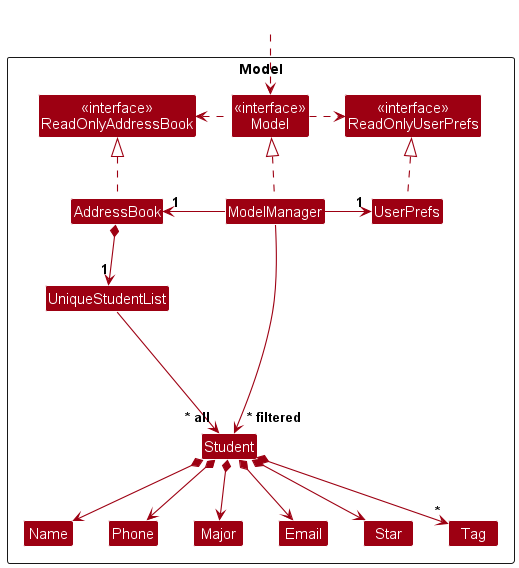
This is docs/images/ModelClassDiagram.png from c-wenlong/tp, a PlantUML export, as it was before one commit.
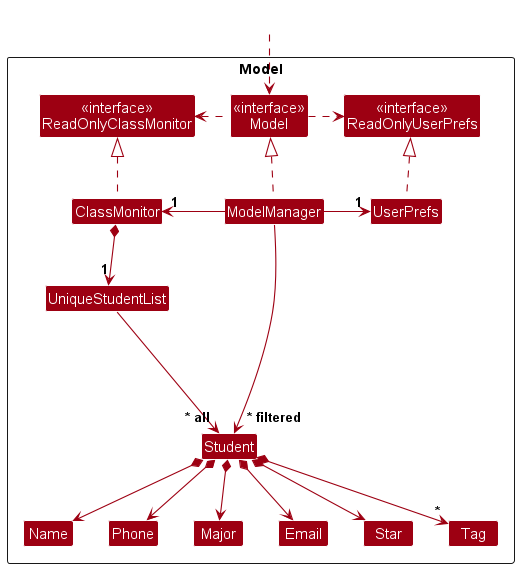
The same file after the commit.

The edit, as a diff of the source:
```diff
@@ -5,10 +5,10 @@
 skinparam classBackgroundColor MODEL_COLOR
 
 Package Model as ModelPackage <<Rectangle>>{
-Class "<<interface>>\nReadOnlyAddressBook" as ReadOnlyAddressBook
+Class "<<interface>>\nReadOnlyClassMonitor" as ReadOnlyClassMonitor
 Class "<<interface>>\nReadOnlyUserPrefs" as ReadOnlyUserPrefs
 Class "<<interface>>\nModel" as Model
-Class AddressBook
+Class ClassMonitor
 Class ModelManager
 Class UserPrefs
 
@@ -27,16 +27,16 @@
 Class HiddenOutside #FFFFFF
 HiddenOutside ..> Model
 
-AddressBook .up.|> ReadOnlyAddressBook
+ClassMonitor .up.|> ReadOnlyClassMonitor
 
 ModelManager .up.|> Model
 Model .right.> ReadOnlyUserPrefs
-Model .left.> ReadOnlyAddressBook
-ModelManager -left-> "1" AddressBook
+Model .left.> ReadOnlyClassMonitor
+ModelManager -left-> "1" ClassMonitor
 ModelManager -right-> "1" UserPrefs
 UserPrefs .up.|> ReadOnlyUserPrefs
 
-AddressBook *--> "1" UniqueStudentList
+ClassMonitor *--> "1" UniqueStudentList
 UniqueStudentList --> "~* all" Student
 Student *--> Name
 Student *--> Phone
```
